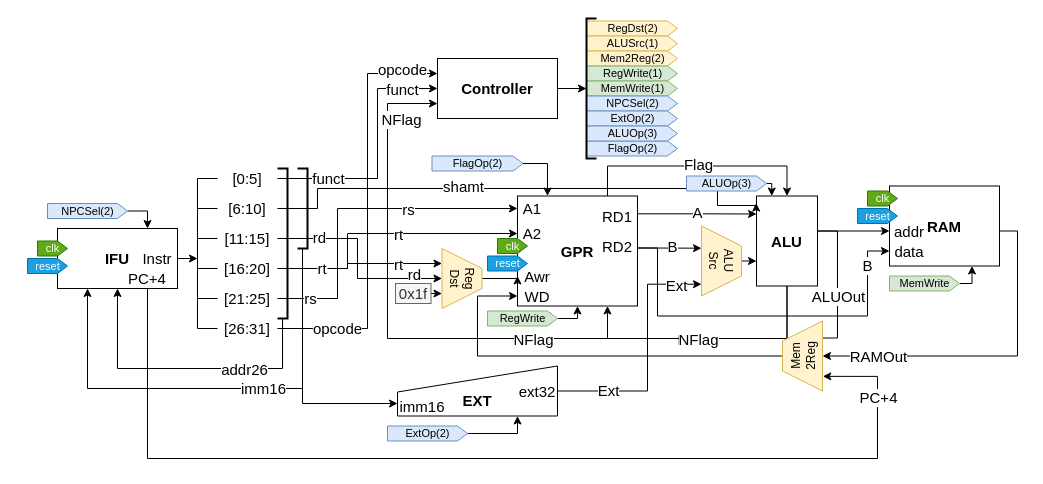
Above: page "P1-overall-block" (1 of 5) of PCOCD/report/PCOCD.drawio in suntt2019/MIPS-CPU (draw.io), before the change. Source tidied: cells renumbered, new cells numbered last; positions are measured from the earlier drawing's top-left corner, leaving out a move shared by most shapes. Both pictures are drawn from the tidied source at 100%, with x=0, y=0 at pixel (27, 18).
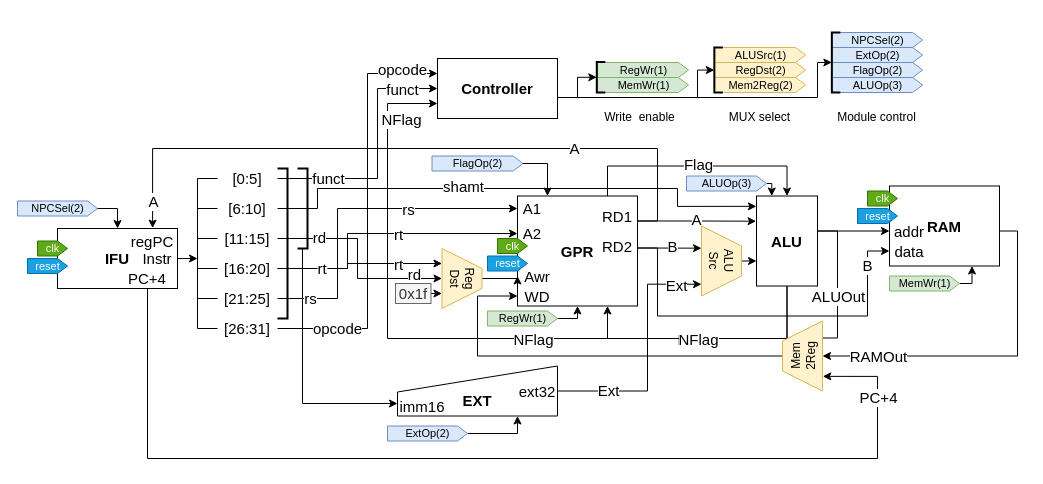
The same diagram, later.

The change refers to these unchanged cells:
```xml
<mxCell id="5" value="&lt;font style=&quot;font-size: 15px&quot;&gt;Controller&lt;/font&gt;" style="rounded=0;whiteSpace=wrap;html=1;fontStyle=1;" parent="1" vertex="1">
  <mxGeometry x="410" y="40" width="120" height="60" as="geometry" />
</mxCell>
<mxCell id="12" value="GPR" style="rounded=0;whiteSpace=wrap;html=1;fontSize=15;fontStyle=1;" parent="1" vertex="1">
  <mxGeometry x="490" y="177.5" width="120" height="110" as="geometry" />
</mxCell>
<mxCell id="23" value="ALU" style="rounded=0;whiteSpace=wrap;html=1;fontSize=15;fontStyle=1;" parent="1" vertex="1">
  <mxGeometry x="729" y="177.5" width="61" height="90" as="geometry" />
</mxCell>
<mxCell id="33" value="IFU" style="rounded=0;whiteSpace=wrap;html=1;fontSize=15;fontStyle=1;" parent="1" vertex="1">
  <mxGeometry x="30" y="210" width="120" height="60" as="geometry" />
</mxCell>
<mxCell id="54" value="[6:10]" style="text;html=1;strokeColor=none;fillColor=none;align=center;verticalAlign=middle;whiteSpace=wrap;rounded=0;fontSize=15;" parent="1" vertex="1">
  <mxGeometry x="190" y="180" width="60" height="20" as="geometry" />
</mxCell>
<mxCell id="69" style="strokeWidth=2;html=1;shape=mxgraph.flowchart.annotation_1;align=left;fontSize=15;rotation=-180;" parent="1" vertex="1">
  <mxGeometry x="250" y="150" width="10" height="150" as="geometry" />
</mxCell>
<mxCell id="73" style="strokeWidth=2;html=1;shape=mxgraph.flowchart.annotation_1;align=left;fontSize=15;rotation=-180;" parent="1" vertex="1">
  <mxGeometry x="270" y="150" width="10" height="80" as="geometry" />
</mxCell>
<mxCell id="81" value="RD1" style="text;html=1;strokeColor=none;fillColor=none;align=center;verticalAlign=middle;whiteSpace=wrap;rounded=0;fontSize=15;" parent="1" vertex="1">
  <mxGeometry x="570" y="187.5" width="40" height="20" as="geometry" />
</mxCell>
```

Diff of the diagram source:
```diff
@@
-    <mxCell id="2" value="&lt;span style=&quot;font-weight: normal&quot;&gt;FlagOp(2)&lt;br&gt;&lt;/span&gt;" style="html=1;shadow=0;dashed=0;align=center;verticalAlign=middle;shape=mxgraph.arrows2.arrow;dy=0;dx=10;notch=0;rounded=0;strokeWidth=1;fillColor=#dae8fc;fontSize=11;fontStyle=1;strokeColor=#6c8ebf;" parent="1" vertex="1">
-      <mxGeometry x="559" y="122.5" width="91" height="15" as="geometry" />
-    </mxCell>
@@
-    <mxCell id="4" style="edgeStyle=orthogonalEdgeStyle;rounded=0;jettySize=auto;html=1;exitX=1;exitY=0.5;exitDx=0;exitDy=0;fontSize=15;entryX=0;entryY=0.5;entryDx=0;entryDy=0;entryPerimeter=0;" parent="1" edge="1" source="5" target="117">
-      <mxGeometry relative="1" as="geometry" />
-    </mxCell>
@@
-    <mxCell id="6" style="edgeStyle=orthogonalEdgeStyle;rounded=0;jettySize=auto;html=1;exitX=1.004;exitY=0.162;exitDx=0;exitDy=0;entryX=0.001;entryY=0.2;entryDx=0;entryDy=0;fontSize=15;exitPerimeter=0;entryPerimeter=0;" parent="1" edge="1" source="12" target="23">
-      <mxGeometry relative="1" as="geometry" />
+    <mxCell id="6" style="edgeStyle=orthogonalEdgeStyle;rounded=0;orthogonalLoop=1;jettySize=auto;html=1;exitX=1.004;exitY=0.162;exitDx=0;exitDy=0;entryX=0.001;entryY=0.2;entryDx=0;entryDy=0;fontSize=15;exitPerimeter=0;entryPerimeter=0;" parent="1" edge="1">
+      <mxGeometry relative="1" as="geometry">
+        <mxPoint x="610" y="202.5" as="sourcePoint" />
+        <mxPoint x="728.6" y="202.7" as="targetPoint" />
+        <Array as="points">
+          <mxPoint x="669" y="203" />
+          <mxPoint x="729" y="203" />
+        </Array>
+      </mxGeometry>
     </mxCell>
@@
-    <mxCell id="52" style="edgeStyle=orthogonalEdgeStyle;rounded=0;jettySize=auto;html=1;exitX=1;exitY=0.5;exitDx=0;exitDy=0;entryX=-0.005;entryY=0.079;entryDx=0;entryDy=0;fontSize=15;entryPerimeter=0;" parent="1" edge="1" source="54" target="23">
+    <mxCell id="52" style="edgeStyle=orthogonalEdgeStyle;rounded=0;jettySize=auto;html=1;exitX=1;exitY=0.5;exitDx=0;exitDy=0;fontSize=15;entryX=-0.002;entryY=0.115;entryDx=0;entryDy=0;entryPerimeter=0;" parent="1" edge="1" source="54" target="23">
       <mxGeometry relative="1" as="geometry">
         <Array as="points">
           <mxPoint x="290" y="190" />
           <mxPoint x="290" y="170" />
-          <mxPoint x="690" y="170" />
-          <mxPoint x="690" y="187" />
+          <mxPoint x="650" y="170" />
+          <mxPoint x="650" y="188" />
         </Array>
       </mxGeometry>
     </mxCell>
@@
-    <mxCell id="67" style="edgeStyle=orthogonalEdgeStyle;rounded=0;jettySize=auto;html=1;exitX=0.5;exitY=0;exitDx=0;exitDy=0;exitPerimeter=0;fontSize=15;" parent="1" edge="1" source="69">
-      <mxGeometry relative="1" as="geometry">
-        <mxPoint x="90" y="270" as="targetPoint" />
-        <Array as="points">
-          <mxPoint x="255" y="350" />
-          <mxPoint x="90" y="350" />
-        </Array>
-      </mxGeometry>
-    </mxCell>
-    <mxCell id="68" value="addr26" style="edgeLabel;html=1;align=center;verticalAlign=middle;fontSize=15;" parent="67" vertex="1">
-      <mxGeometry x="-0.08" y="1" relative="1" as="geometry">
-        <mxPoint x="47.7" y="-1" as="offset" />
-      </mxGeometry>
-    </mxCell>
@@
-    <mxCell id="70" style="edgeStyle=orthogonalEdgeStyle;rounded=0;jettySize=auto;html=1;exitX=0.5;exitY=0;exitDx=0;exitDy=0;exitPerimeter=0;fontSize=15;" parent="1" edge="1" source="73">
-      <mxGeometry relative="1" as="geometry">
-        <mxPoint x="60" y="270" as="targetPoint" />
-        <Array as="points">
-          <mxPoint x="275" y="370" />
-          <mxPoint x="60" y="370" />
-        </Array>
-      </mxGeometry>
-    </mxCell>
-    <mxCell id="71" value="imm16" style="edgeLabel;html=1;align=center;verticalAlign=middle;fontSize=15;" parent="70" vertex="1">
-      <mxGeometry x="-0.01" y="2" relative="1" as="geometry">
-        <mxPoint x="45.8" y="-3" as="offset" />
-      </mxGeometry>
-    </mxCell>
@@
+    <mxCell id="121" style="edgeStyle=orthogonalEdgeStyle;rounded=0;jettySize=auto;html=1;exitX=1;exitY=0.75;exitDx=0;exitDy=0;entryX=0.502;entryY=-0.144;entryDx=0;entryDy=0;entryPerimeter=0;" parent="1" edge="1" source="81" target="124">
+      <mxGeometry relative="1" as="geometry">
+        <Array as="points">
+          <mxPoint x="630" y="202" />
+          <mxPoint x="630" y="130" />
+          <mxPoint x="125" y="130" />
+        </Array>
+      </mxGeometry>
+    </mxCell>
+    <mxCell id="122" value="A" style="edgeLabel;html=1;align=center;verticalAlign=middle;fontSize=15;" parent="121" vertex="1">
+      <mxGeometry x="-0.48" y="-1" relative="1" as="geometry" />
+    </mxCell>
+    <mxCell id="123" value="A" style="edgeLabel;html=1;align=center;verticalAlign=middle;fontSize=15;" parent="121" vertex="1">
+      <mxGeometry x="0.92" relative="1" as="geometry" />
+    </mxCell>
@@
-    <mxCell id="91" value="RegDst(2)" style="html=1;shadow=0;dashed=0;align=center;verticalAlign=middle;shape=mxgraph.arrows2.arrow;dy=0;dx=10;notch=0;rounded=0;strokeWidth=1;fillColor=#fff2cc;fontSize=11;fontStyle=0;strokeColor=#d6b656;" parent="1" vertex="1">
-      <mxGeometry x="559" y="2.5" width="91" height="15" as="geometry" />
-    </mxCell>
-    <mxCell id="92" value="&lt;span style=&quot;font-weight: normal&quot;&gt;ALUSrc(1)&lt;/span&gt;" style="html=1;shadow=0;dashed=0;align=center;verticalAlign=middle;shape=mxgraph.arrows2.arrow;dy=0;dx=10;notch=0;rounded=0;strokeWidth=1;fillColor=#fff2cc;fontSize=11;fontStyle=1;strokeColor=#d6b656;" parent="1" vertex="1">
-      <mxGeometry x="559" y="17.5" width="91" height="15" as="geometry" />
-    </mxCell>
-    <mxCell id="93" value="Mem2Reg(2)" style="html=1;shadow=0;dashed=0;align=center;verticalAlign=middle;shape=mxgraph.arrows2.arrow;dy=0;dx=10;notch=0;rounded=0;strokeWidth=1;fillColor=#fff2cc;fontSize=11;fontStyle=0;strokeColor=#d6b656;" parent="1" vertex="1">
-      <mxGeometry x="559" y="32.5" width="91" height="15" as="geometry" />
-    </mxCell>
-    <mxCell id="94" value="&lt;span style=&quot;font-weight: normal&quot;&gt;RegWrite(1)&lt;/span&gt;" style="html=1;shadow=0;dashed=0;align=center;verticalAlign=middle;shape=mxgraph.arrows2.arrow;dy=0;dx=10;notch=0;rounded=0;strokeWidth=1;fillColor=#d5e8d4;fontSize=11;fontStyle=1;strokeColor=#82b366;" parent="1" vertex="1">
-      <mxGeometry x="559" y="47.5" width="91" height="15" as="geometry" />
-    </mxCell>
-    <mxCell id="95" value="&lt;span style=&quot;font-weight: normal&quot;&gt;MemWrite(1)&lt;/span&gt;" style="html=1;shadow=0;dashed=0;align=center;verticalAlign=middle;shape=mxgraph.arrows2.arrow;dy=0;dx=10;notch=0;rounded=0;strokeWidth=1;fillColor=#d5e8d4;fontSize=11;fontStyle=1;strokeColor=#82b366;" parent="1" vertex="1">
-      <mxGeometry x="559" y="62.5" width="91" height="15" as="geometry" />
-    </mxCell>
-    <mxCell id="96" value="&lt;span style=&quot;font-weight: normal&quot;&gt;NPCSel(2)&lt;br&gt;&lt;/span&gt;" style="html=1;shadow=0;dashed=0;align=center;verticalAlign=middle;shape=mxgraph.arrows2.arrow;dy=0;dx=10;notch=0;rounded=0;strokeWidth=1;fillColor=#dae8fc;fontSize=11;fontStyle=1;strokeColor=#6c8ebf;" parent="1" vertex="1">
-      <mxGeometry x="559" y="77.5" width="91" height="15" as="geometry" />
-    </mxCell>
-    <mxCell id="97" value="&lt;span style=&quot;font-weight: normal&quot;&gt;ExtOp(2)&lt;br&gt;&lt;/span&gt;" style="html=1;shadow=0;dashed=0;align=center;verticalAlign=middle;shape=mxgraph.arrows2.arrow;dy=0;dx=10;notch=0;rounded=0;strokeWidth=1;fillColor=#dae8fc;fontSize=11;fontStyle=1;strokeColor=#6c8ebf;" parent="1" vertex="1">
-      <mxGeometry x="559" y="92.5" width="91" height="15" as="geometry" />
-    </mxCell>
-    <mxCell id="98" value="&lt;span style=&quot;font-weight: normal&quot;&gt;ALUOp(3)&lt;br&gt;&lt;/span&gt;" style="html=1;shadow=0;dashed=0;align=center;verticalAlign=middle;shape=mxgraph.arrows2.arrow;dy=0;dx=10;notch=0;rounded=0;strokeWidth=1;fillColor=#dae8fc;fontSize=11;fontStyle=1;strokeColor=#6c8ebf;" parent="1" vertex="1">
-      <mxGeometry x="559" y="107.5" width="91" height="15" as="geometry" />
-    </mxCell>
@@
-    <mxCell id="100" value="&lt;span style=&quot;font-weight: normal&quot;&gt;RegWrite&lt;/span&gt;" style="html=1;shadow=0;dashed=0;align=center;verticalAlign=middle;shape=mxgraph.arrows2.arrow;dy=0;dx=10;notch=0;rounded=0;strokeWidth=1;fillColor=#d5e8d4;fontSize=11;fontStyle=1;strokeColor=#82b366;" parent="1" vertex="1">
+    <mxCell id="100" value="&lt;span style=&quot;font-weight: 400&quot;&gt;RegWr(1)&lt;/span&gt;" style="html=1;shadow=0;dashed=0;align=center;verticalAlign=middle;shape=mxgraph.arrows2.arrow;dy=0;dx=10;notch=0;rounded=0;strokeWidth=1;fillColor=#d5e8d4;fontSize=11;fontStyle=1;strokeColor=#82b366;" parent="1" vertex="1">
       <mxGeometry x="460" y="292.5" width="70" height="15" as="geometry" />
     </mxCell>
@@
-    <mxCell id="102" value="&lt;span style=&quot;font-weight: normal&quot;&gt;MemWrite&lt;/span&gt;" style="html=1;shadow=0;dashed=0;align=center;verticalAlign=middle;shape=mxgraph.arrows2.arrow;dy=0;dx=10;notch=0;rounded=0;strokeWidth=1;fillColor=#d5e8d4;fontSize=11;fontStyle=1;strokeColor=#82b366;" parent="1" vertex="1">
+    <mxCell id="102" value="&lt;span style=&quot;font-weight: 400&quot;&gt;MemWr(1)&lt;/span&gt;" style="html=1;shadow=0;dashed=0;align=center;verticalAlign=middle;shape=mxgraph.arrows2.arrow;dy=0;dx=10;notch=0;rounded=0;strokeWidth=1;fillColor=#d5e8d4;fontSize=11;fontStyle=1;strokeColor=#82b366;" parent="1" vertex="1">
       <mxGeometry x="862" y="257.5" width="70" height="15" as="geometry" />
     </mxCell>
-    <mxCell id="103" style="edgeStyle=orthogonalEdgeStyle;rounded=0;jettySize=auto;html=1;exitX=1;exitY=0.5;exitDx=0;exitDy=0;exitPerimeter=0;entryX=0.75;entryY=0;entryDx=0;entryDy=0;fontSize=11;" parent="1" edge="1" source="104" target="33">
-      <mxGeometry relative="1" as="geometry" />
-    </mxCell>
     <mxCell id="104" value="&lt;span style=&quot;font-weight: normal&quot;&gt;NPCSel(2)&lt;br&gt;&lt;/span&gt;" style="html=1;shadow=0;dashed=0;align=center;verticalAlign=middle;shape=mxgraph.arrows2.arrow;dy=0;dx=10;notch=0;rounded=0;strokeWidth=1;fillColor=#dae8fc;fontSize=11;fontStyle=1;strokeColor=#6c8ebf;" parent="1" vertex="1">
-      <mxGeometry x="20" y="185" width="80" height="15" as="geometry" />
+      <mxGeometry x="-10" y="182.5" width="80" height="15" as="geometry" />
     </mxCell>
@@
-    <mxCell id="117" style="strokeWidth=2;html=1;shape=mxgraph.flowchart.annotation_1;align=left;rounded=0;fillColor=#ffffff;fontSize=11;" parent="1" vertex="1">
-      <mxGeometry x="559" width="10" height="140" as="geometry" />
-    </mxCell>
@@
+    <mxCell id="124" value="regPC" style="text;html=1;strokeColor=none;fillColor=none;align=center;verticalAlign=middle;whiteSpace=wrap;rounded=0;fontSize=15;" parent="1" vertex="1">
+      <mxGeometry x="100" y="212.5" width="50" height="20" as="geometry" />
+    </mxCell>
+    <mxCell id="103" style="edgeStyle=orthogonalEdgeStyle;rounded=0;jettySize=auto;html=1;exitX=1;exitY=0.5;exitDx=0;exitDy=0;exitPerimeter=0;entryX=0.5;entryY=0;entryDx=0;entryDy=0;fontSize=11;" parent="1" edge="1" source="104" target="33">
+      <mxGeometry relative="1" as="geometry" />
+    </mxCell>
+    <mxCell id="2" value="&lt;span style=&quot;font-weight: normal&quot;&gt;FlagOp(2)&lt;br&gt;&lt;/span&gt;" style="html=1;shadow=0;dashed=0;align=center;verticalAlign=middle;shape=mxgraph.arrows2.arrow;dy=0;dx=10;notch=0;rounded=0;strokeWidth=1;fillColor=#dae8fc;fontSize=11;fontStyle=1;strokeColor=#6c8ebf;" parent="1" vertex="1">
+      <mxGeometry x="804.1" y="44" width="91" height="15" as="geometry" />
+    </mxCell>
+    <mxCell id="125" style="edgeStyle=orthogonalEdgeStyle;rounded=0;jettySize=auto;html=1;entryX=0.5;entryY=1;entryDx=0;entryDy=0;" parent="1" edge="1" target="130">
+      <mxGeometry relative="1" as="geometry">
+        <mxPoint x="530" y="79" as="sourcePoint" />
+        <Array as="points">
+          <mxPoint x="550" y="79" />
+          <mxPoint x="550" y="59" />
+          <mxPoint x="569" y="59" />
+        </Array>
+      </mxGeometry>
+    </mxCell>
+    <mxCell id="126" style="edgeStyle=orthogonalEdgeStyle;rounded=0;jettySize=auto;html=1;entryX=0.5;entryY=1;entryDx=0;entryDy=0;" parent="1" edge="1" target="131">
+      <mxGeometry relative="1" as="geometry">
+        <mxPoint x="530" y="79" as="sourcePoint" />
+        <Array as="points">
+          <mxPoint x="670" y="79" />
+          <mxPoint x="670" y="52" />
+        </Array>
+      </mxGeometry>
+    </mxCell>
+    <mxCell id="127" style="edgeStyle=orthogonalEdgeStyle;rounded=0;jettySize=auto;html=1;entryX=0.5;entryY=1;entryDx=0;entryDy=0;" parent="1" edge="1" target="135">
+      <mxGeometry relative="1" as="geometry">
+        <mxPoint x="530" y="79" as="sourcePoint" />
+        <Array as="points">
+          <mxPoint x="790" y="79" />
+          <mxPoint x="790" y="44" />
+        </Array>
+      </mxGeometry>
+    </mxCell>
+    <mxCell id="91" value="RegDst(2)" style="html=1;shadow=0;dashed=0;align=center;verticalAlign=middle;shape=mxgraph.arrows2.arrow;dy=0;dx=10;notch=0;rounded=0;strokeWidth=1;fillColor=#fff2cc;fontSize=11;fontStyle=0;strokeColor=#d6b656;" parent="1" vertex="1">
+      <mxGeometry x="687.1" y="44" width="91" height="15" as="geometry" />
+    </mxCell>
+    <mxCell id="92" value="&lt;span style=&quot;font-weight: normal&quot;&gt;ALUSrc(1)&lt;/span&gt;" style="html=1;shadow=0;dashed=0;align=center;verticalAlign=middle;shape=mxgraph.arrows2.arrow;dy=0;dx=10;notch=0;rounded=0;strokeWidth=1;fillColor=#fff2cc;fontSize=11;fontStyle=1;strokeColor=#d6b656;" parent="1" vertex="1">
+      <mxGeometry x="687.1" y="29" width="91" height="15" as="geometry" />
+    </mxCell>
+    <mxCell id="93" value="Mem2Reg(2)" style="html=1;shadow=0;dashed=0;align=center;verticalAlign=middle;shape=mxgraph.arrows2.arrow;dy=0;dx=10;notch=0;rounded=0;strokeWidth=1;fillColor=#fff2cc;fontSize=11;fontStyle=0;strokeColor=#d6b656;" parent="1" vertex="1">
+      <mxGeometry x="687.1" y="59" width="91" height="15" as="geometry" />
+    </mxCell>
+    <mxCell id="128" value="&lt;span style=&quot;font-weight: normal&quot;&gt;RegWr(1)&lt;/span&gt;" style="html=1;shadow=0;dashed=0;align=center;verticalAlign=middle;shape=mxgraph.arrows2.arrow;dy=0;dx=10;notch=0;rounded=0;strokeWidth=1;fillColor=#d5e8d4;fontSize=11;fontStyle=1;strokeColor=#82b366;" parent="1" vertex="1">
+      <mxGeometry x="570" y="44" width="91" height="15" as="geometry" />
+    </mxCell>
+    <mxCell id="129" value="&lt;span style=&quot;font-weight: normal&quot;&gt;MemWr(1)&lt;/span&gt;" style="html=1;shadow=0;dashed=0;align=center;verticalAlign=middle;shape=mxgraph.arrows2.arrow;dy=0;dx=10;notch=0;rounded=0;strokeWidth=1;fillColor=#d5e8d4;fontSize=11;fontStyle=1;strokeColor=#82b366;" parent="1" vertex="1">
+      <mxGeometry x="570" y="59" width="91" height="15" as="geometry" />
+    </mxCell>
+    <mxCell id="96" value="&lt;span style=&quot;font-weight: normal&quot;&gt;NPCSel(2)&lt;br&gt;&lt;/span&gt;" style="html=1;shadow=0;dashed=0;align=center;verticalAlign=middle;shape=mxgraph.arrows2.arrow;dy=0;dx=10;notch=0;rounded=0;strokeWidth=1;fillColor=#dae8fc;fontSize=11;fontStyle=1;strokeColor=#6c8ebf;" parent="1" vertex="1">
+      <mxGeometry x="804.1" y="14" width="91" height="15" as="geometry" />
+    </mxCell>
+    <mxCell id="97" value="&lt;span style=&quot;font-weight: normal&quot;&gt;ExtOp(2)&lt;br&gt;&lt;/span&gt;" style="html=1;shadow=0;dashed=0;align=center;verticalAlign=middle;shape=mxgraph.arrows2.arrow;dy=0;dx=10;notch=0;rounded=0;strokeWidth=1;fillColor=#dae8fc;fontSize=11;fontStyle=1;strokeColor=#6c8ebf;" parent="1" vertex="1">
+      <mxGeometry x="804.1" y="29" width="91" height="15" as="geometry" />
+    </mxCell>
+    <mxCell id="98" value="&lt;span style=&quot;font-weight: normal&quot;&gt;ALUOp(3)&lt;br&gt;&lt;/span&gt;" style="html=1;shadow=0;dashed=0;align=center;verticalAlign=middle;shape=mxgraph.arrows2.arrow;dy=0;dx=10;notch=0;rounded=0;strokeWidth=1;fillColor=#dae8fc;fontSize=11;fontStyle=1;strokeColor=#6c8ebf;" parent="1" vertex="1">
+      <mxGeometry x="804.1" y="59" width="91" height="15" as="geometry" />
+    </mxCell>
+    <mxCell id="130" style="shape=partialRectangle;whiteSpace=wrap;html=1;bottom=1;right=1;left=1;top=0;fillColor=none;routingCenterX=-0.5;strokeWidth=2;rotation=90;" parent="1" vertex="1">
+      <mxGeometry x="557.8" y="55" width="30.5" height="7.5" as="geometry" />
+    </mxCell>
+    <mxCell id="131" style="shape=partialRectangle;whiteSpace=wrap;html=1;bottom=1;right=1;left=1;top=0;fillColor=none;routingCenterX=-0.5;strokeWidth=2;rotation=90;" parent="1" vertex="1">
+      <mxGeometry x="668.1" y="47.8" width="45" height="7.5" as="geometry" />
+    </mxCell>
+    <mxCell id="132" value="Write&amp;nbsp; enable" style="text;html=1;strokeColor=none;fillColor=none;align=center;verticalAlign=middle;whiteSpace=wrap;rounded=0;" parent="1" vertex="1">
+      <mxGeometry x="569.8" y="89" width="84.8" height="20" as="geometry" />
+    </mxCell>
+    <mxCell id="133" value="MUX select" style="text;html=1;strokeColor=none;fillColor=none;align=center;verticalAlign=middle;whiteSpace=wrap;rounded=0;" parent="1" vertex="1">
+      <mxGeometry x="690.2" y="89" width="84.8" height="20" as="geometry" />
+    </mxCell>
+    <mxCell id="134" value="Module control" style="text;html=1;strokeColor=none;fillColor=none;align=center;verticalAlign=middle;whiteSpace=wrap;rounded=0;" parent="1" vertex="1">
+      <mxGeometry x="798.3" y="89" width="102.7" height="20" as="geometry" />
+    </mxCell>
+    <mxCell id="135" style="shape=partialRectangle;whiteSpace=wrap;html=1;bottom=1;right=1;left=1;top=0;fillColor=none;routingCenterX=-0.5;strokeWidth=2;rotation=90;" parent="1" vertex="1">
+      <mxGeometry x="778.1" y="40.2" width="60" height="7.5" as="geometry" />
+    </mxCell>
```
